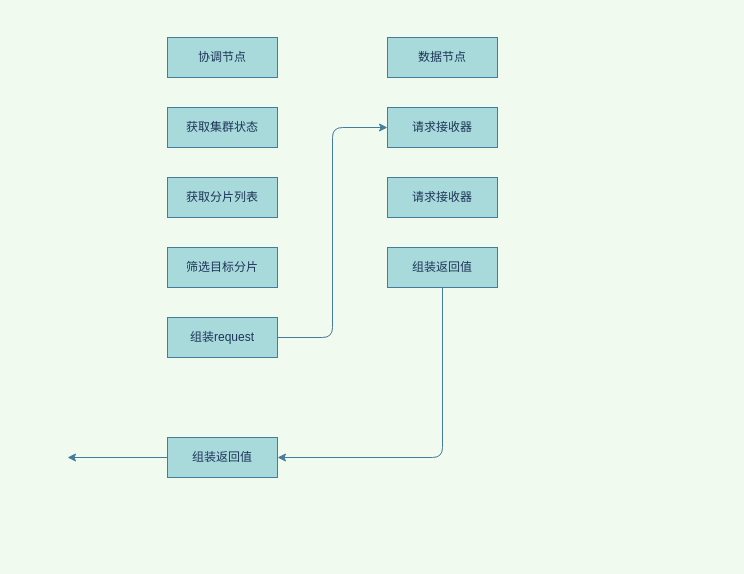
This is docs/elasticsearch/5-1、elasticsearch查询流程详情/get详细流程.drawio from ZaynJiang/ZaynJiang.github.io, a draw.io file, before an edit. Source tidied: cells renumbered, new cells numbered last; positions are measured from the earlier drawing's top-left corner, leaving out a move shared by most shapes. Both pictures are drawn from the tidied source at 100%, with x=0, y=0 at pixel (67, 37).
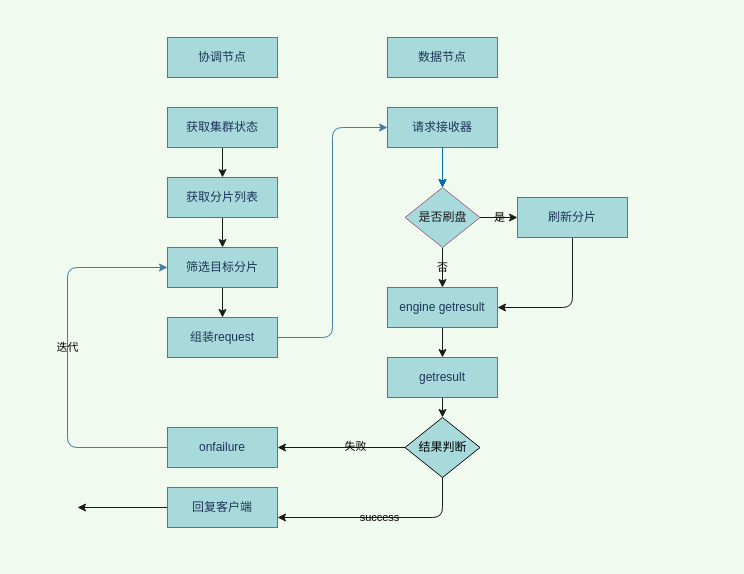
The same diagram, later.

Unchanged cells that the change refers to:
```xml
<mxCell id="4" value="获取集群状态" style="rounded=0;whiteSpace=wrap;html=1;sketch=0;fontColor=#1D3557;strokeColor=#457B9D;fillColor=#A8DADC;" parent="1" vertex="1">
  <mxGeometry x="100" y="70" width="110" height="40" as="geometry" />
</mxCell>
<mxCell id="5" value="获取分片列表" style="rounded=0;whiteSpace=wrap;html=1;sketch=0;fontColor=#1D3557;strokeColor=#457B9D;fillColor=#A8DADC;" parent="1" vertex="1">
  <mxGeometry x="100" y="140" width="110" height="40" as="geometry" />
</mxCell>
<mxCell id="6" value="筛选目标分片" style="rounded=0;whiteSpace=wrap;html=1;sketch=0;fontColor=#1D3557;strokeColor=#457B9D;fillColor=#A8DADC;" parent="1" vertex="1">
  <mxGeometry x="100" y="210" width="110" height="40" as="geometry" />
</mxCell>
<mxCell id="8" value="组装request" style="rounded=0;whiteSpace=wrap;html=1;sketch=0;fontColor=#1D3557;strokeColor=#457B9D;fillColor=#A8DADC;" parent="1" vertex="1">
  <mxGeometry x="100" y="280" width="110" height="40" as="geometry" />
</mxCell>
<mxCell id="9" value="请求接收器" style="rounded=0;whiteSpace=wrap;html=1;sketch=0;fontColor=#1D3557;strokeColor=#457B9D;fillColor=#A8DADC;" parent="1" vertex="1">
  <mxGeometry x="320" y="70" width="110" height="40" as="geometry" />
</mxCell>
```

Change to the diagram source:
```diff
@@
+    <mxCell id="15" style="rounded=0;whiteSpace=wrap;html=1;labelBackgroundColor=none;fontColor=#000000;strokeColor=none;fillColor=none;gradientColor=none;labelBorderColor=none;" parent="1" vertex="1">
+      <mxGeometry x="-50" y="-20" width="710" height="540" as="geometry" />
+    </mxCell>
@@
+    <mxCell id="16" style="edgeStyle=orthogonalEdgeStyle;html=1;entryX=0.5;entryY=0;entryDx=0;entryDy=0;strokeColor=#1A1A1A;" parent="1" edge="1" source="4" target="5">
+      <mxGeometry relative="1" as="geometry" />
+    </mxCell>
@@
+    <mxCell id="17" style="edgeStyle=orthogonalEdgeStyle;html=1;entryX=0.5;entryY=0;entryDx=0;entryDy=0;strokeColor=#1A1A1A;" parent="1" edge="1" source="5" target="6">
+      <mxGeometry relative="1" as="geometry" />
+    </mxCell>
@@
+    <mxCell id="18" style="edgeStyle=orthogonalEdgeStyle;html=1;entryX=0.5;entryY=0;entryDx=0;entryDy=0;strokeColor=#1A1A1A;" parent="1" edge="1" source="6" target="8">
+      <mxGeometry relative="1" as="geometry" />
+    </mxCell>
@@
+    <mxCell id="19" style="edgeStyle=none;html=1;entryX=0.5;entryY=0;entryDx=0;entryDy=0;" parent="1" edge="1" source="9">
+      <mxGeometry relative="1" as="geometry">
+        <mxPoint x="375" y="150" as="targetPoint" />
+      </mxGeometry>
+    </mxCell>
+    <mxCell id="20" style="edgeStyle=none;html=1;entryX=0.5;entryY=0;entryDx=0;entryDy=0;strokeColor=#006EAF;fillColor=#1ba1e2;" parent="1" edge="1" source="9" target="26">
+      <mxGeometry relative="1" as="geometry" />
+    </mxCell>
@@
-    <mxCell id="10" value="请求接收器" style="rounded=0;whiteSpace=wrap;html=1;sketch=0;fontColor=#1D3557;strokeColor=#457B9D;fillColor=#A8DADC;" parent="1" vertex="1">
-      <mxGeometry x="320" y="140" width="110" height="40" as="geometry" />
-    </mxCell>
-    <mxCell id="11" style="edgeStyle=orthogonalEdgeStyle;curved=0;rounded=1;sketch=0;jettySize=auto;html=1;fontColor=#1D3557;strokeColor=#457B9D;fillColor=#A8DADC;entryX=1;entryY=0.5;entryDx=0;entryDy=0;" parent="1" edge="1" source="12" target="14">
-      <mxGeometry relative="1" as="geometry">
-        <Array as="points">
-          <mxPoint x="375" y="420" />
-        </Array>
-      </mxGeometry>
-    </mxCell>
-    <mxCell id="12" value="组装返回值" style="rounded=0;whiteSpace=wrap;html=1;sketch=0;fontColor=#1D3557;strokeColor=#457B9D;fillColor=#A8DADC;" parent="1" vertex="1">
-      <mxGeometry x="320" y="210" width="110" height="40" as="geometry" />
-    </mxCell>
-    <mxCell id="13" style="edgeStyle=orthogonalEdgeStyle;curved=0;rounded=1;sketch=0;jettySize=auto;html=1;fontColor=#1D3557;strokeColor=#457B9D;fillColor=#A8DADC;" parent="1" edge="1" source="14">
+    <mxCell id="13" style="edgeStyle=orthogonalEdgeStyle;curved=0;rounded=1;sketch=0;jettySize=auto;html=1;fontColor=#1D3557;strokeColor=#457B9D;fillColor=#A8DADC;entryX=0;entryY=0.5;entryDx=0;entryDy=0;" parent="1" edge="1" source="14" target="6">
       <mxGeometry relative="1" as="geometry">
-        <mxPoint y="420" as="targetPoint" />
+        <Array as="points">
+          <mxPoint y="410" />
+          <mxPoint y="230" />
+        </Array>
       </mxGeometry>
     </mxCell>
+    <mxCell id="21" value="迭代" style="edgeLabel;html=1;align=center;verticalAlign=middle;fontColor=#000000;labelBackgroundColor=none;" parent="13" vertex="1">
+      <mxGeometry x="0.06" y="1" relative="1" as="geometry" />
+    </mxCell>
-    <mxCell id="14" value="组装返回值" style="rounded=0;whiteSpace=wrap;html=1;sketch=0;fontColor=#1D3557;strokeColor=#457B9D;fillColor=#A8DADC;" parent="1" vertex="1">
-      <mxGeometry x="100" y="400" width="110" height="40" as="geometry" />
+    <mxCell id="14" value="onfailure" style="rounded=0;whiteSpace=wrap;html=1;sketch=0;fontColor=#1D3557;strokeColor=#457B9D;fillColor=#A8DADC;" parent="1" vertex="1">
+      <mxGeometry x="100" y="390" width="110" height="40" as="geometry" />
     </mxCell>
+    <mxCell id="22" style="edgeStyle=orthogonalEdgeStyle;html=1;entryX=0.5;entryY=0;entryDx=0;entryDy=0;strokeColor=#1A1A1A;" parent="1" edge="1" source="23" target="30">
+      <mxGeometry relative="1" as="geometry" />
+    </mxCell>
+    <mxCell id="23" value="engine getresult" style="rounded=0;whiteSpace=wrap;html=1;sketch=0;fontColor=#1D3557;strokeColor=#457B9D;fillColor=#A8DADC;" parent="1" vertex="1">
+      <mxGeometry x="320" y="250" width="110" height="40" as="geometry" />
+    </mxCell>
+    <mxCell id="24" value="是" style="edgeStyle=none;html=1;strokeColor=#1A1A1A;entryX=0;entryY=0.5;entryDx=0;entryDy=0;labelBackgroundColor=none;fontColor=#000000;" parent="1" edge="1" source="26" target="28">
+      <mxGeometry relative="1" as="geometry" />
+    </mxCell>
+    <mxCell id="25" value="否" style="edgeStyle=orthogonalEdgeStyle;html=1;entryX=0.5;entryY=0;entryDx=0;entryDy=0;strokeColor=#1A1A1A;labelBackgroundColor=none;fontColor=#000000;" parent="1" edge="1" source="26" target="23">
+      <mxGeometry relative="1" as="geometry" />
+    </mxCell>
+    <mxCell id="26" value="&lt;font color=&quot;#1a1a1a&quot;&gt;是否刷盘&lt;/font&gt;" style="rhombus;whiteSpace=wrap;html=1;fillColor=#A8DADC;strokeColor=#996185;gradientColor=none;" parent="1" vertex="1">
+      <mxGeometry x="337.5" y="150" width="75" height="60" as="geometry" />
+    </mxCell>
+    <mxCell id="27" style="edgeStyle=orthogonalEdgeStyle;html=1;entryX=1;entryY=0.5;entryDx=0;entryDy=0;strokeColor=#1A1A1A;fontColor=#000000;labelBackgroundColor=none;" parent="1" edge="1" source="28" target="23">
+      <mxGeometry relative="1" as="geometry">
+        <Array as="points">
+          <mxPoint x="505" y="270" />
+        </Array>
+      </mxGeometry>
+    </mxCell>
+    <mxCell id="28" value="刷新分片" style="rounded=0;whiteSpace=wrap;html=1;sketch=0;fontColor=#1D3557;strokeColor=#457B9D;fillColor=#A8DADC;" parent="1" vertex="1">
+      <mxGeometry x="450" y="160" width="110" height="40" as="geometry" />
+    </mxCell>
+    <mxCell id="29" style="edgeStyle=orthogonalEdgeStyle;html=1;entryX=0.5;entryY=0;entryDx=0;entryDy=0;strokeColor=#1A1A1A;" parent="1" edge="1" source="30" target="34">
+      <mxGeometry relative="1" as="geometry" />
+    </mxCell>
+    <mxCell id="30" value="getresult" style="rounded=0;whiteSpace=wrap;html=1;sketch=0;fontColor=#1D3557;strokeColor=#457B9D;fillColor=#A8DADC;" parent="1" vertex="1">
+      <mxGeometry x="320" y="320" width="110" height="40" as="geometry" />
+    </mxCell>
+    <mxCell id="31" style="edgeStyle=orthogonalEdgeStyle;html=1;strokeColor=#1A1A1A;" parent="1" edge="1" source="34" target="14">
+      <mxGeometry relative="1" as="geometry" />
+    </mxCell>
+    <mxCell id="32" value="失败" style="edgeLabel;html=1;align=center;verticalAlign=middle;fontColor=#000000;labelBackgroundColor=none;" parent="31" vertex="1">
+      <mxGeometry x="-0.21" y="-2" relative="1" as="geometry" />
+    </mxCell>
+    <mxCell id="33" value="&lt;font color=&quot;#000000&quot;&gt;success&lt;/font&gt;" style="edgeStyle=orthogonalEdgeStyle;html=1;entryX=1;entryY=0.75;entryDx=0;entryDy=0;strokeColor=#1A1A1A;labelBackgroundColor=none;" parent="1" edge="1" source="34" target="36">
+      <mxGeometry relative="1" as="geometry">
+        <Array as="points">
+          <mxPoint x="375" y="480" />
+        </Array>
+      </mxGeometry>
+    </mxCell>
+    <mxCell id="34" value="结果判断" style="rhombus;whiteSpace=wrap;html=1;fillColor=#A8DADC;strokeColor=#000000;fontColor=#000000;" parent="1" vertex="1">
+      <mxGeometry x="337.5" y="380" width="75" height="60" as="geometry" />
+    </mxCell>
+    <mxCell id="35" style="edgeStyle=orthogonalEdgeStyle;html=1;labelBackgroundColor=none;fontColor=#000000;strokeColor=#1A1A1A;" parent="1" edge="1" source="36">
+      <mxGeometry relative="1" as="geometry">
+        <mxPoint x="10" y="470" as="targetPoint" />
+      </mxGeometry>
+    </mxCell>
+    <mxCell id="36" value="回复客户端" style="rounded=0;whiteSpace=wrap;html=1;sketch=0;fontColor=#1D3557;strokeColor=#457B9D;fillColor=#A8DADC;" parent="1" vertex="1">
+      <mxGeometry x="100" y="450" width="110" height="40" as="geometry" />
+    </mxCell>
```
